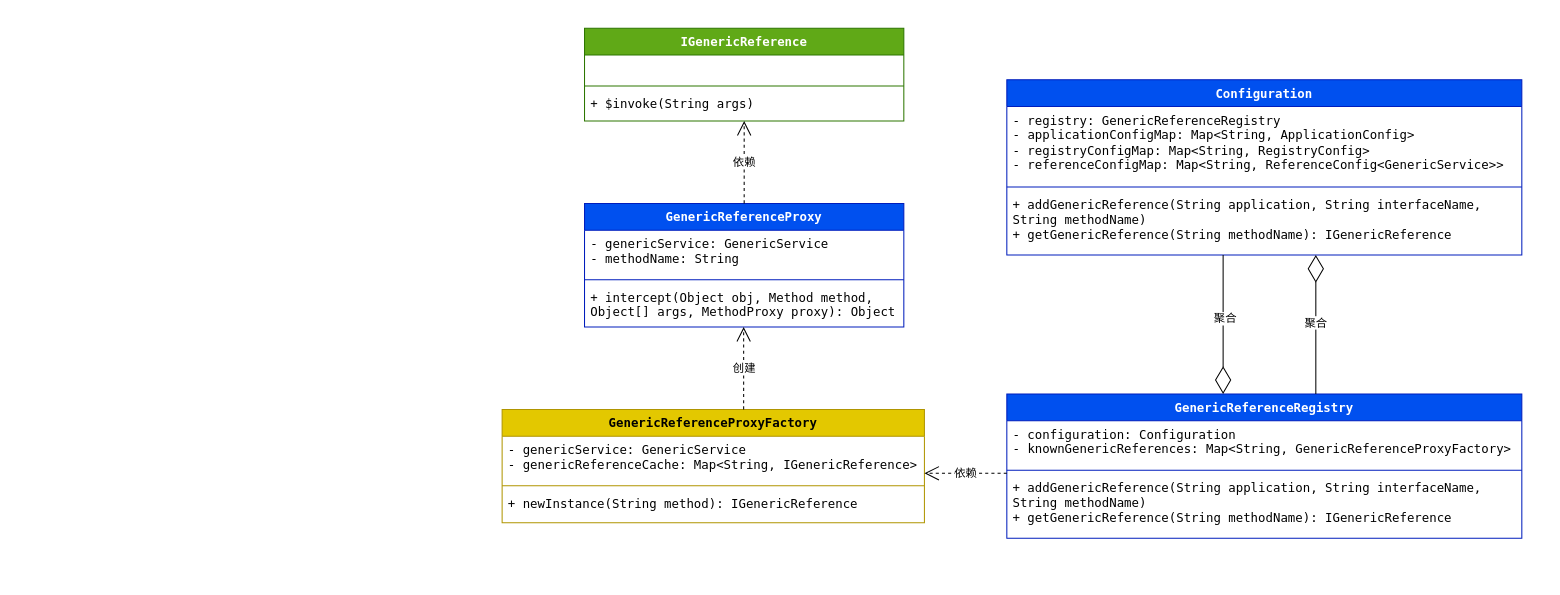
Earlier version of the draw.io diagram api-gateway/分支处理会话流程.drawio (xqxls/UML). Source tidied: cells renumbered, new cells numbered last; positions are measured from the earlier drawing's top-left corner, leaving out a move shared by most shapes. Both pictures are drawn from the tidied source at 103%, with x=0, y=0 at pixel (502, 28).
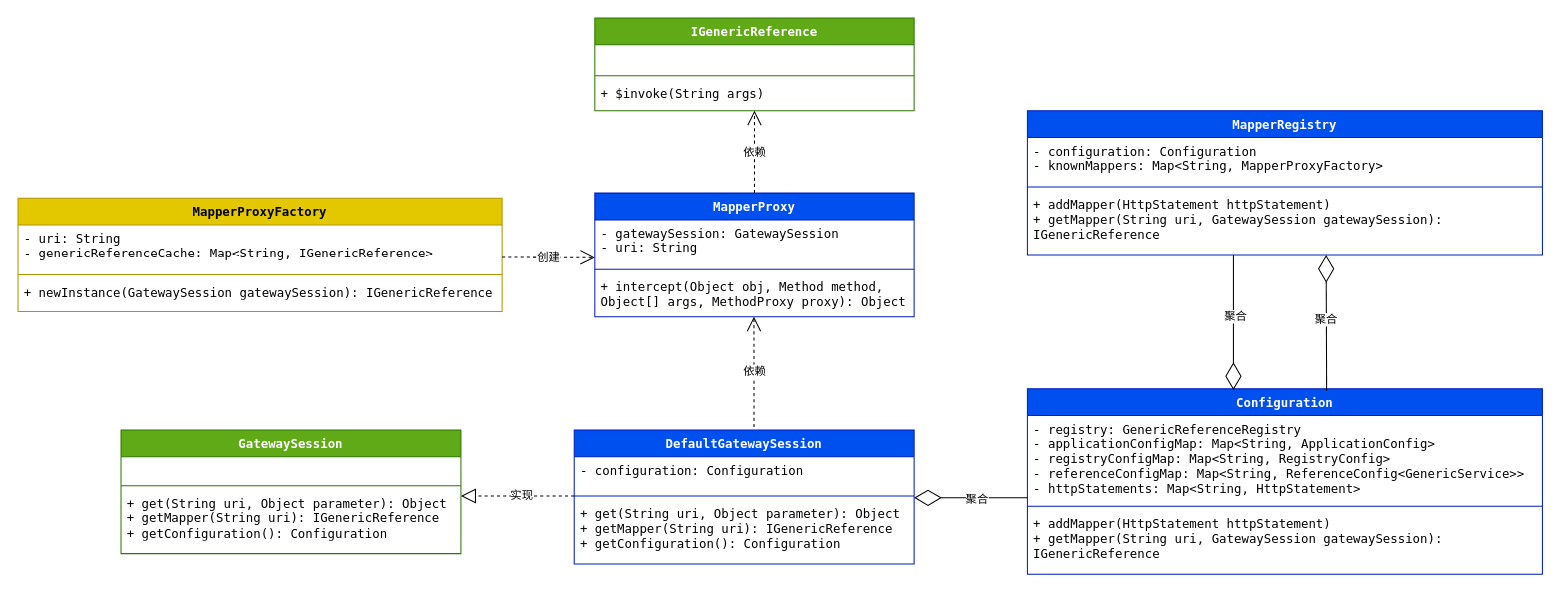
Above is the later version.

Commit message (it also covers changes not shown here):
更新分支处理会话流程.drawio

Change to the diagram source:
```diff
@@
     <mxCell id="2" value="&lt;font face=&quot;Lucida Console&quot;&gt;IGenericReference&lt;/font&gt;" style="swimlane;fontStyle=1;align=center;verticalAlign=top;horizontal=1;startSize=26;whiteSpace=wrap;html=1;fillColor=#60a917;strokeColor=#2D7600;fontColor=#ffffff;" parent="1" vertex="1">
-      <mxGeometry x="80" width="310" height="90" as="geometry" />
+      <mxGeometry x="90" y="-10" width="310" height="90" as="geometry" />
     </mxCell>
@@
-    <mxCell id="6" value="&lt;font face=&quot;Lucida Console&quot;&gt;GenericReferenceProxy&lt;/font&gt;" style="swimlane;fontStyle=1;align=center;verticalAlign=top;horizontal=1;startSize=26;whiteSpace=wrap;html=1;fillColor=#0050ef;strokeColor=#001DBC;fontColor=#ffffff;" parent="1" vertex="1">
-      <mxGeometry x="80" y="170" width="310" height="120" as="geometry" />
+    <mxCell id="6" value="&lt;font face=&quot;Lucida Console&quot;&gt;MapperProxy&lt;/font&gt;" style="swimlane;fontStyle=1;align=center;verticalAlign=top;horizontal=1;startSize=26;whiteSpace=wrap;html=1;fillColor=#0050ef;strokeColor=#001DBC;fontColor=#ffffff;" parent="1" vertex="1">
+      <mxGeometry x="90" y="160" width="310" height="120" as="geometry" />
     </mxCell>
-    <mxCell id="7" value="&lt;font face=&quot;Lucida Console&quot;&gt;-&amp;nbsp;genericService: GenericService&lt;br&gt;- methodName&lt;span style=&quot;background-color: initial;&quot;&gt;: String&lt;/span&gt;&lt;/font&gt;" style="text;strokeColor=none;fillColor=none;align=left;verticalAlign=top;spacingLeft=4;spacingRight=4;overflow=hidden;points=[[0,0.5],[1,0.5]];portConstraint=eastwest;whiteSpace=wrap;html=1;" parent="6" vertex="1">
+    <mxCell id="7" value="&lt;font face=&quot;Lucida Console&quot;&gt;- gatewaySession: GatewaySession&lt;br&gt;- uri&lt;span style=&quot;background-color: initial;&quot;&gt;: String&lt;/span&gt;&lt;/font&gt;" style="text;strokeColor=none;fillColor=none;align=left;verticalAlign=top;spacingLeft=4;spacingRight=4;overflow=hidden;points=[[0,0.5],[1,0.5]];portConstraint=eastwest;whiteSpace=wrap;html=1;" parent="6" vertex="1">
       <mxGeometry y="26" width="310" height="44" as="geometry" />
     </mxCell>
@@
-    <mxCell id="10" value="&lt;font face=&quot;Lucida Console&quot;&gt;GenericReferenceProxyFactory&lt;/font&gt;" style="swimlane;fontStyle=1;align=center;verticalAlign=top;horizontal=1;startSize=26;whiteSpace=wrap;html=1;fillColor=#e3c800;strokeColor=#B09500;fontColor=#000000;" parent="1" vertex="1">
-      <mxGeometry y="370" width="410" height="110" as="geometry" />
+    <mxCell id="10" value="&lt;font face=&quot;Lucida Console&quot;&gt;MapperProxyFactory&lt;/font&gt;" style="swimlane;fontStyle=1;align=center;verticalAlign=top;horizontal=1;startSize=26;whiteSpace=wrap;html=1;fillColor=#e3c800;strokeColor=#B09500;fontColor=#000000;" parent="1" vertex="1">
+      <mxGeometry x="-470" y="165" width="470" height="110" as="geometry" />
     </mxCell>
-    <mxCell id="11" value="&lt;font face=&quot;Lucida Console&quot;&gt;-&amp;nbsp;genericService: GenericService&lt;br&gt;-&amp;nbsp;&lt;span style=&quot;background-color: initial;&quot;&gt;genericReferenceCache:&amp;nbsp;&lt;/span&gt;Map&amp;lt;String, IGenericReference&amp;gt;&lt;/font&gt;" style="text;strokeColor=none;fillColor=none;align=left;verticalAlign=top;spacingLeft=4;spacingRight=4;overflow=hidden;whiteSpace=wrap;html=1;" parent="10" vertex="1">
-      <mxGeometry y="26" width="410" height="44" as="geometry" />
+    <mxCell id="11" value="&lt;font face=&quot;Lucida Console&quot;&gt;-&amp;nbsp;uri: String&lt;br&gt;-&amp;nbsp;&lt;span style=&quot;background-color: initial;&quot;&gt;genericReferenceCache:&amp;nbsp;&lt;/span&gt;Map&amp;lt;String, IGenericReference&amp;gt;&lt;/font&gt;" style="text;strokeColor=none;fillColor=none;align=left;verticalAlign=top;spacingLeft=4;spacingRight=4;overflow=hidden;whiteSpace=wrap;html=1;" parent="10" vertex="1">
+      <mxGeometry y="26" width="470" height="44" as="geometry" />
     </mxCell>
     <mxCell id="12" style="line;strokeWidth=1;fillColor=none;align=left;verticalAlign=middle;spacingTop=-1;spacingLeft=3;spacingRight=3;labelPosition=right;strokeColor=inherit;" parent="10" vertex="1">
-      <mxGeometry y="70" width="410" height="8" as="geometry" />
+      <mxGeometry y="70" width="470" height="8" as="geometry" />
     </mxCell>
-    <mxCell id="13" value="&lt;font face=&quot;Lucida Console&quot;&gt;+ newInstance(String method):&amp;nbsp;IGenericReference&lt;/font&gt;" style="text;strokeColor=none;fillColor=none;align=left;verticalAlign=top;spacingLeft=4;spacingRight=4;overflow=hidden;whiteSpace=wrap;html=1;" parent="10" vertex="1">
-      <mxGeometry y="78" width="410" height="32" as="geometry" />
+    <mxCell id="13" value="&lt;font face=&quot;Lucida Console&quot;&gt;+ newInstance(GatewaySession gatewaySession):&amp;nbsp;IGenericReference&lt;/font&gt;" style="text;strokeColor=none;fillColor=none;align=left;verticalAlign=top;spacingLeft=4;spacingRight=4;overflow=hidden;whiteSpace=wrap;html=1;" parent="10" vertex="1">
+      <mxGeometry y="78" width="470" height="32" as="geometry" />
     </mxCell>
-    <mxCell id="14" value="&lt;font face=&quot;Lucida Console&quot;&gt;GenericReferenceRegistry&lt;/font&gt;" style="swimlane;fontStyle=1;align=center;verticalAlign=top;horizontal=1;startSize=26;whiteSpace=wrap;html=1;fillColor=#0050ef;strokeColor=#001DBC;fontColor=#ffffff;" parent="1" vertex="1">
-      <mxGeometry x="490" y="355" width="500" height="140" as="geometry" />
+    <mxCell id="14" value="&lt;font face=&quot;Lucida Console&quot;&gt;MapperRegistry&lt;/font&gt;" style="swimlane;fontStyle=1;align=center;verticalAlign=top;horizontal=1;startSize=26;whiteSpace=wrap;html=1;fillColor=#0050ef;strokeColor=#001DBC;fontColor=#ffffff;" parent="1" vertex="1">
+      <mxGeometry x="510" y="80" width="500" height="140" as="geometry" />
     </mxCell>
-    <mxCell id="15" value="&lt;font face=&quot;Lucida Console&quot;&gt;- configuration: Configuration&lt;br&gt;-&amp;nbsp;&lt;span style=&quot;background-color: initial;&quot;&gt;knownGenericReferences:&amp;nbsp;&lt;/span&gt;Map&amp;lt;String, GenericReferenceProxyFactory&amp;gt;&lt;/font&gt;" style="text;strokeColor=none;fillColor=none;align=left;verticalAlign=top;spacingLeft=4;spacingRight=4;overflow=hidden;whiteSpace=wrap;html=1;" parent="14" vertex="1">
+    <mxCell id="15" value="&lt;font face=&quot;Lucida Console&quot;&gt;- configuration: Configuration&lt;br&gt;-&amp;nbsp;&lt;span style=&quot;background-color: initial;&quot;&gt;knownMappers:&amp;nbsp;&lt;/span&gt;Map&amp;lt;String, MapperProxyFactory&amp;gt;&lt;/font&gt;" style="text;strokeColor=none;fillColor=none;align=left;verticalAlign=top;spacingLeft=4;spacingRight=4;overflow=hidden;whiteSpace=wrap;html=1;" parent="14" vertex="1">
       <mxGeometry y="26" width="500" height="44" as="geometry" />
     </mxCell>
@@
-    <mxCell id="17" value="&lt;font face=&quot;Lucida Console&quot;&gt;+&amp;nbsp;addGenericReference(String application, String interfaceName, String methodName)&lt;br&gt;+ getGenericReference(String methodName): IGenericReference&lt;br&gt;&lt;/font&gt;" style="text;strokeColor=none;fillColor=none;align=left;verticalAlign=top;spacingLeft=4;spacingRight=4;overflow=hidden;whiteSpace=wrap;html=1;" parent="14" vertex="1">
+    <mxCell id="17" value="&lt;div style=&quot;&quot;&gt;&lt;font face=&quot;Lucida Console&quot;&gt;+ addMapper(HttpStatement httpStatement)&lt;br style=&quot;&quot;&gt;+ getMapper(String uri, GatewaySession gatewaySession): IGenericReference&lt;/font&gt;&lt;br&gt;&lt;/div&gt;" style="text;strokeColor=none;fillColor=none;align=left;verticalAlign=top;spacingLeft=4;spacingRight=4;overflow=hidden;whiteSpace=wrap;html=1;" parent="14" vertex="1">
       <mxGeometry y="78" width="500" height="62" as="geometry" />
     </mxCell>
     <mxCell id="18" value="&lt;font face=&quot;Lucida Console&quot;&gt;Configuration&lt;/font&gt;" style="swimlane;fontStyle=1;align=center;verticalAlign=top;horizontal=1;startSize=26;whiteSpace=wrap;html=1;fillColor=#0050ef;strokeColor=#001DBC;fontColor=#ffffff;" parent="1" vertex="1">
-      <mxGeometry x="490" y="50" width="500" height="170" as="geometry" />
+      <mxGeometry x="510" y="350" width="500" height="180" as="geometry" />
     </mxCell>
-    <mxCell id="19" value="&lt;font face=&quot;Lucida Console&quot;&gt;- registry: GenericReferenceRegistry&lt;br&gt;-&amp;nbsp;&lt;span style=&quot;background-color: initial;&quot;&gt;applicationConfigMap:&amp;nbsp;&lt;/span&gt;Map&amp;lt;String, ApplicationConfig&amp;gt;&lt;br&gt;- registryConfigMap: Map&amp;lt;String, RegistryConfig&amp;gt;&lt;br&gt;- referenceConfigMap: Map&amp;lt;String, ReferenceConfig&amp;lt;GenericService&amp;gt;&amp;gt;&lt;br&gt;&lt;/font&gt;" style="text;strokeColor=none;fillColor=none;align=left;verticalAlign=top;spacingLeft=4;spacingRight=4;overflow=hidden;points=[[0,0.5],[1,0.5]];portConstraint=eastwest;whiteSpace=wrap;html=1;" parent="18" vertex="1">
-      <mxGeometry y="26" width="500" height="74" as="geometry" />
+    <mxCell id="19" value="&lt;font face=&quot;Lucida Console&quot;&gt;- registry: GenericReferenceRegistry&lt;br&gt;-&amp;nbsp;&lt;span style=&quot;background-color: initial;&quot;&gt;applicationConfigMap:&amp;nbsp;&lt;/span&gt;Map&amp;lt;String, ApplicationConfig&amp;gt;&lt;br&gt;- registryConfigMap: Map&amp;lt;String, RegistryConfig&amp;gt;&lt;br&gt;- referenceConfigMap: Map&amp;lt;String, ReferenceConfig&amp;lt;GenericService&amp;gt;&amp;gt;&lt;br&gt;&lt;/font&gt;&lt;div&gt;&lt;font face=&quot;Lucida Console&quot;&gt;-&amp;nbsp;&lt;/font&gt;&lt;span style=&quot;background-color: initial;&quot;&gt;&lt;font face=&quot;Lucida Console&quot;&gt;httpStatements:&amp;nbsp;&lt;/font&gt;&lt;/span&gt;&lt;span style=&quot;background-color: initial;&quot;&gt;&lt;font face=&quot;Lucida Console&quot;&gt;Map&amp;lt;String, HttpStatement&amp;gt;&lt;/font&gt;&lt;/span&gt;&lt;/div&gt;" style="text;strokeColor=none;fillColor=none;align=left;verticalAlign=top;spacingLeft=4;spacingRight=4;overflow=hidden;points=[[0,0.5],[1,0.5]];portConstraint=eastwest;whiteSpace=wrap;html=1;" parent="18" vertex="1">
+      <mxGeometry y="26" width="500" height="84" as="geometry" />
     </mxCell>
     <mxCell id="20" style="line;strokeWidth=1;fillColor=none;align=left;verticalAlign=middle;spacingTop=-1;spacingLeft=3;spacingRight=3;labelPosition=right;strokeColor=inherit;" parent="18" vertex="1">
-      <mxGeometry y="100" width="500" height="8" as="geometry" />
+      <mxGeometry y="110" width="500" height="8" as="geometry" />
     </mxCell>
-    <mxCell id="21" value="&lt;font face=&quot;Lucida Console&quot;&gt;+&amp;nbsp;addGenericReference(String application, String interfaceName, String methodName)&lt;br&gt;+ getGenericReference(String methodName): IGenericReference&lt;br&gt;&lt;/font&gt;" style="text;strokeColor=none;fillColor=none;align=left;verticalAlign=top;spacingLeft=4;spacingRight=4;overflow=hidden;whiteSpace=wrap;html=1;" parent="18" vertex="1">
-      <mxGeometry y="108" width="500" height="62" as="geometry" />
+    <mxCell id="21" value="&lt;font face=&quot;Lucida Console&quot;&gt;+ addMapper(HttpStatement httpStatement)&lt;br&gt;+ getMapper(String uri, GatewaySession gatewaySession): IGenericReference&lt;/font&gt;" style="text;strokeColor=none;fillColor=none;align=left;verticalAlign=top;spacingLeft=4;spacingRight=4;overflow=hidden;whiteSpace=wrap;html=1;" parent="18" vertex="1">
+      <mxGeometry y="118" width="500" height="62" as="geometry" />
     </mxCell>
     <mxCell id="22" value="依赖" style="endArrow=open;endSize=12;dashed=1;html=1;rounded=0;exitX=0.5;exitY=0;exitDx=0;exitDy=0;" parent="1" edge="1" source="6">
       <mxGeometry relative="1" as="geometry">
-        <mxPoint x="235" y="90" as="targetPoint" />
+        <mxPoint x="245" y="80" as="targetPoint" />
       </mxGeometry>
     </mxCell>
-    <mxCell id="23" value="创建" style="endArrow=open;endSize=12;dashed=1;html=1;rounded=0;exitX=0.5;exitY=0;exitDx=0;exitDy=0;" parent="1" edge="1">
+    <mxCell id="23" value="创建" style="endArrow=open;endSize=12;dashed=1;html=1;rounded=0;entryX=0;entryY=0.827;entryDx=0;entryDy=0;entryPerimeter=0;" parent="1" edge="1" target="7">
       <mxGeometry relative="1" as="geometry">
-        <mxPoint x="234.5" y="370" as="sourcePoint" />
-        <mxPoint x="234.5" y="290" as="targetPoint" />
+        <mxPoint y="222" as="sourcePoint" />
       </mxGeometry>
     </mxCell>
-    <mxCell id="24" value="依赖" style="endArrow=open;endSize=12;dashed=1;html=1;rounded=0;" parent="1" edge="1">
-      <mxGeometry relative="1" as="geometry">
-        <mxPoint x="490" y="432" as="sourcePoint" />
-        <mxPoint x="410" y="432" as="targetPoint" />
-      </mxGeometry>
-    </mxCell>
-    <mxCell id="25" style="endArrow=diamondThin;endFill=0;endSize=24;html=1;rounded=0;" parent="1" edge="1">
+    <mxCell id="25" style="endArrow=diamondThin;endFill=0;endSize=24;html=1;rounded=0;entryX=0.4;entryY=0.007;entryDx=0;entryDy=0;entryPerimeter=0;" parent="1" edge="1" target="18">
       <mxGeometry relative="1" as="geometry">
-        <mxPoint x="700" y="220" as="sourcePoint" />
-        <mxPoint x="700" y="355" as="targetPoint" />
+        <mxPoint x="710" y="220" as="sourcePoint" />
       </mxGeometry>
     </mxCell>
@@
-    <mxCell id="27" style="endArrow=diamondThin;endFill=0;endSize=24;html=1;rounded=0;" parent="1" edge="1">
+    <mxCell id="27" style="endArrow=diamondThin;endFill=0;endSize=24;html=1;rounded=0;exitX=0.581;exitY=0.011;exitDx=0;exitDy=0;exitPerimeter=0;" parent="1" edge="1" source="18">
       <mxGeometry relative="1" as="geometry">
-        <mxPoint x="790" y="355" as="sourcePoint" />
-        <mxPoint x="790" y="220" as="targetPoint" />
+        <mxPoint x="800" y="220" as="targetPoint" />
       </mxGeometry>
     </mxCell>
@@
+    <mxCell id="29" value="&lt;font face=&quot;Lucida Console&quot;&gt;GatewaySession&lt;/font&gt;" style="swimlane;fontStyle=1;align=center;verticalAlign=top;horizontal=1;startSize=26;whiteSpace=wrap;html=1;fillColor=#60a917;strokeColor=#2D7600;fontColor=#ffffff;" parent="1" vertex="1">
+      <mxGeometry x="-370" y="390" width="330" height="120" as="geometry" />
+    </mxCell>
+    <mxCell id="30" value="&lt;font face=&quot;Lucida Console&quot;&gt;&amp;nbsp;&lt;/font&gt;" style="text;strokeColor=none;fillColor=none;align=left;verticalAlign=top;spacingLeft=4;spacingRight=4;overflow=hidden;whiteSpace=wrap;html=1;" parent="29" vertex="1">
+      <mxGeometry y="26" width="330" height="24" as="geometry" />
+    </mxCell>
+    <mxCell id="31" style="line;strokeWidth=1;fillColor=none;align=left;verticalAlign=middle;spacingTop=-1;spacingLeft=3;spacingRight=3;labelPosition=right;strokeColor=inherit;" parent="29" vertex="1">
+      <mxGeometry y="50" width="330" height="8" as="geometry" />
+    </mxCell>
+    <mxCell id="32" value="&lt;div&gt;&lt;font face=&quot;Lucida Console&quot;&gt;+ get(String uri, Object parameter): Object&lt;/font&gt;&lt;/div&gt;&lt;div&gt;&lt;font face=&quot;Lucida Console&quot;&gt;+ getMapper(String uri): IGenericReference&lt;/font&gt;&lt;/div&gt;&lt;div&gt;&lt;font face=&quot;Lucida Console&quot;&gt;+ getConfiguration(): Configuration&lt;/font&gt;&lt;/div&gt;" style="text;strokeColor=none;fillColor=none;align=left;verticalAlign=top;spacingLeft=4;spacingRight=4;overflow=hidden;whiteSpace=wrap;html=1;" parent="29" vertex="1">
+      <mxGeometry y="58" width="330" height="62" as="geometry" />
+    </mxCell>
+    <mxCell id="33" value="&lt;font face=&quot;Lucida Console&quot;&gt;DefaultGatewaySession&lt;/font&gt;" style="swimlane;fontStyle=1;align=center;verticalAlign=top;horizontal=1;startSize=26;whiteSpace=wrap;html=1;fillColor=#0050ef;strokeColor=#001DBC;fontColor=#ffffff;" parent="1" vertex="1">
+      <mxGeometry x="70" y="390" width="330" height="130" as="geometry" />
+    </mxCell>
+    <mxCell id="34" value="&lt;span style=&quot;font-family: &amp;quot;Lucida Console&amp;quot;;&quot;&gt;- configuration: Configuration&lt;/span&gt;" style="text;strokeColor=none;fillColor=none;align=left;verticalAlign=top;spacingLeft=4;spacingRight=4;overflow=hidden;whiteSpace=wrap;html=1;" parent="33" vertex="1">
+      <mxGeometry y="26" width="330" height="34" as="geometry" />
+    </mxCell>
+    <mxCell id="35" style="line;strokeWidth=1;fillColor=none;align=left;verticalAlign=middle;spacingTop=-1;spacingLeft=3;spacingRight=3;labelPosition=right;strokeColor=inherit;" parent="33" vertex="1">
+      <mxGeometry y="60" width="330" height="8" as="geometry" />
+    </mxCell>
+    <mxCell id="36" value="&lt;div&gt;&lt;font face=&quot;Lucida Console&quot;&gt;+ get(String uri, Object parameter): Object&lt;/font&gt;&lt;/div&gt;&lt;div&gt;&lt;font face=&quot;Lucida Console&quot;&gt;+ getMapper(String uri): IGenericReference&lt;/font&gt;&lt;/div&gt;&lt;div&gt;&lt;font face=&quot;Lucida Console&quot;&gt;+ getConfiguration(): Configuration&lt;/font&gt;&lt;/div&gt;" style="text;strokeColor=none;fillColor=none;align=left;verticalAlign=top;spacingLeft=4;spacingRight=4;overflow=hidden;whiteSpace=wrap;html=1;" parent="33" vertex="1">
+      <mxGeometry y="68" width="330" height="62" as="geometry" />
+    </mxCell>
+    <mxCell id="37" style="endArrow=diamondThin;endFill=0;endSize=24;html=1;rounded=0;entryX=1.014;entryY=0.019;entryDx=0;entryDy=0;entryPerimeter=0;exitX=0;exitY=0.95;exitDx=0;exitDy=0;exitPerimeter=0;" parent="1" edge="1" source="19">
+      <mxGeometry relative="1" as="geometry">
+        <mxPoint x="400" y="455.8" as="targetPoint" />
+      </mxGeometry>
+    </mxCell>
+    <mxCell id="38" value="聚合" style="edgeLabel;html=1;align=center;verticalAlign=middle;" parent="37" vertex="1">
+      <mxGeometry x="-0.1" y="1" relative="1" as="geometry" />
+    </mxCell>
+    <mxCell id="39" style="endArrow=block;dashed=1;endFill=0;endSize=12;html=1;rounded=0;" parent="1" edge="1">
+      <mxGeometry relative="1" as="geometry">
+        <mxPoint x="70" y="454" as="sourcePoint" />
+        <mxPoint x="-40" y="454" as="targetPoint" />
+      </mxGeometry>
+    </mxCell>
+    <mxCell id="40" value="实现" style="edgeLabel;html=1;align=center;verticalAlign=middle;" parent="39" vertex="1">
+      <mxGeometry x="-0.06" y="-2" relative="1" as="geometry" />
+    </mxCell>
+    <mxCell id="24" value="依赖" style="endArrow=open;endSize=12;dashed=1;html=1;rounded=0;exitX=0.529;exitY=-0.022;exitDx=0;exitDy=0;exitPerimeter=0;" parent="1" edge="1" source="33">
+      <mxGeometry relative="1" as="geometry">
+        <mxPoint x="244.5" y="280" as="targetPoint" />
+      </mxGeometry>
+    </mxCell>
```
